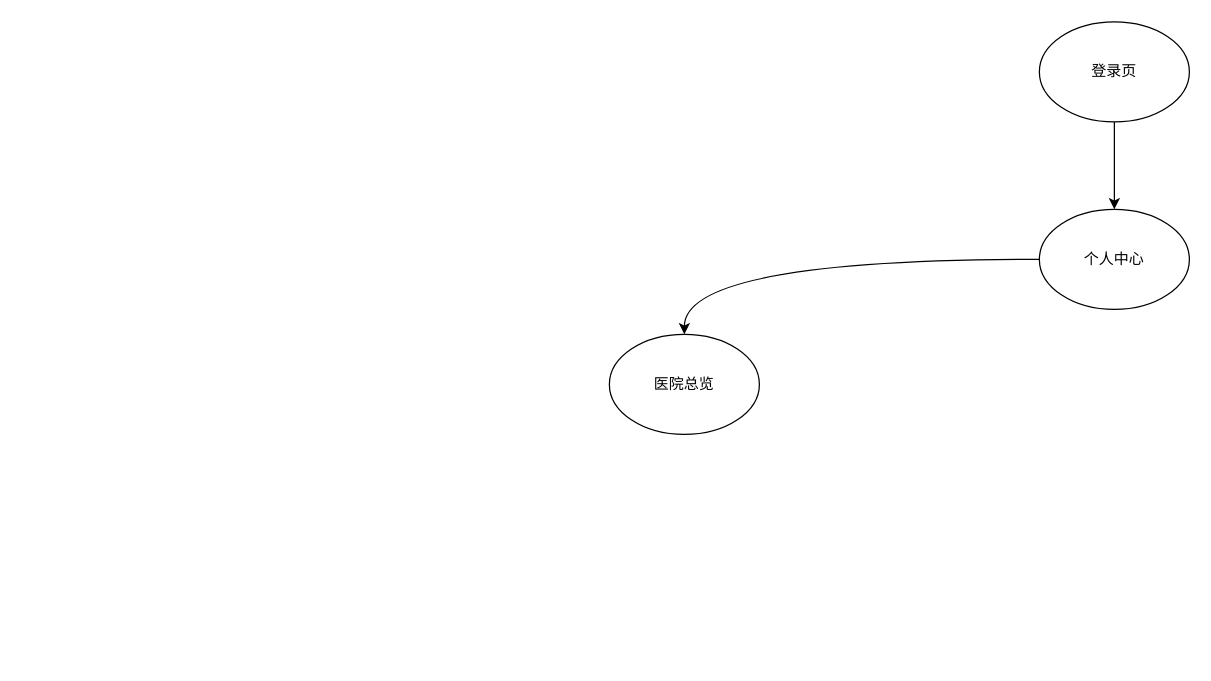
This is 未命名绘图.drawio from linround/2022, a draw.io file, before an edit. Source tidied: cells renumbered, new cells numbered last; positions are measured from the earlier drawing's top-left corner, leaving out a move shared by most shapes. Both pictures are drawn from the tidied source at 125%, with x=0, y=0 at pixel (609, 21).
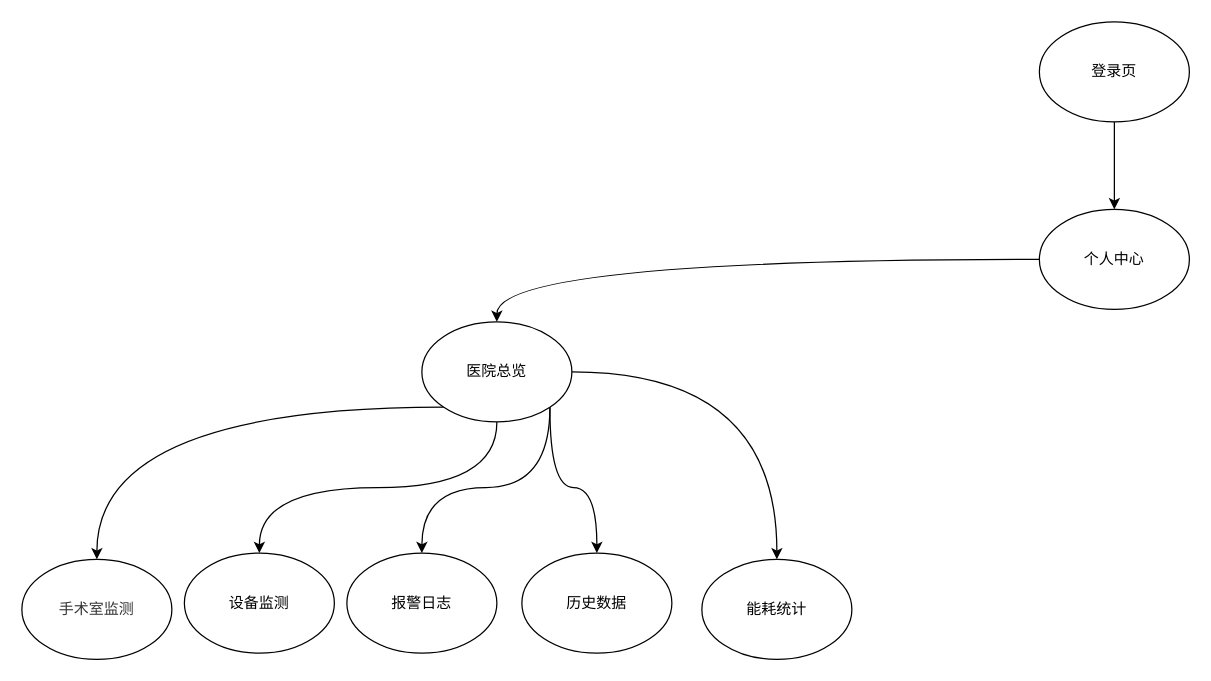
Above is the later version.

Commit message (it also covers changes not shown here):
更新未命名绘图.drawio

The edit, as a diff of the source:
```diff
@@
 <mxGraphModel>
   <root>
     <mxCell id="0" />
     <mxCell id="1" parent="0" />
     <mxCell id="2" style="edgeStyle=orthogonalEdgeStyle;curved=1;rounded=0;jettySize=auto;html=1;exitX=0.5;exitY=1;exitDx=0;exitDy=0;" parent="1" edge="1" source="3" target="5">
       <mxGeometry relative="1" as="geometry" />
     </mxCell>
     <mxCell id="3" value="登录页" style="ellipse;whiteSpace=wrap;html=1;" parent="1" vertex="1">
       <mxGeometry x="344" width="120" height="80" as="geometry" />
     </mxCell>
     <mxCell id="4" style="edgeStyle=orthogonalEdgeStyle;curved=1;rounded=0;jettySize=auto;html=1;exitX=0;exitY=0.5;exitDx=0;exitDy=0;entryX=0.5;entryY=0;entryDx=0;entryDy=0;" parent="1" edge="1" source="5" target="6">
       <mxGeometry relative="1" as="geometry" />
     </mxCell>
     <mxCell id="5" value="个人中心" style="ellipse;whiteSpace=wrap;html=1;" parent="1" vertex="1">
       <mxGeometry x="344" y="150" width="120" height="80" as="geometry" />
     </mxCell>
+    <mxCell id="7" style="edgeStyle=orthogonalEdgeStyle;curved=1;rounded=0;jettySize=auto;html=1;exitX=0;exitY=1;exitDx=0;exitDy=0;" parent="1" edge="1" source="6" target="16">
+      <mxGeometry relative="1" as="geometry" />
+    </mxCell>
+    <mxCell id="8" style="edgeStyle=orthogonalEdgeStyle;curved=1;rounded=0;jettySize=auto;html=1;exitX=0.5;exitY=1;exitDx=0;exitDy=0;" parent="1" edge="1" source="6" target="12">
+      <mxGeometry relative="1" as="geometry" />
+    </mxCell>
+    <mxCell id="9" style="edgeStyle=orthogonalEdgeStyle;curved=1;rounded=0;jettySize=auto;html=1;exitX=1;exitY=1;exitDx=0;exitDy=0;entryX=0.5;entryY=0;entryDx=0;entryDy=0;" parent="1" edge="1" source="6" target="13">
+      <mxGeometry relative="1" as="geometry" />
+    </mxCell>
+    <mxCell id="10" style="edgeStyle=orthogonalEdgeStyle;curved=1;rounded=0;jettySize=auto;html=1;exitX=1;exitY=1;exitDx=0;exitDy=0;" parent="1" edge="1" source="6" target="14">
+      <mxGeometry relative="1" as="geometry" />
+    </mxCell>
+    <mxCell id="11" style="edgeStyle=orthogonalEdgeStyle;curved=1;rounded=0;jettySize=auto;html=1;exitX=1;exitY=0.5;exitDx=0;exitDy=0;" parent="1" edge="1" source="6" target="15">
+      <mxGeometry relative="1" as="geometry" />
+    </mxCell>
     <mxCell id="6" value="医院总览" style="ellipse;whiteSpace=wrap;html=1;" parent="1" vertex="1">
-      <mxGeometry y="250" width="120" height="80" as="geometry" />
+      <mxGeometry x="-150" y="240" width="120" height="80" as="geometry" />
     </mxCell>
+    <mxCell id="12" value="设备监测" style="ellipse;whiteSpace=wrap;html=1;" parent="1" vertex="1">
+      <mxGeometry x="-340" y="425" width="120" height="80" as="geometry" />
+    </mxCell>
+    <mxCell id="13" value="报警日志" style="ellipse;whiteSpace=wrap;html=1;" parent="1" vertex="1">
+      <mxGeometry x="-210" y="425" width="120" height="80" as="geometry" />
+    </mxCell>
+    <mxCell id="14" value="历史数据" style="ellipse;whiteSpace=wrap;html=1;" parent="1" vertex="1">
+      <mxGeometry x="-70" y="425" width="120" height="80" as="geometry" />
+    </mxCell>
+    <mxCell id="15" value="能耗统计" style="ellipse;whiteSpace=wrap;html=1;" parent="1" vertex="1">
+      <mxGeometry x="74" y="430" width="120" height="80" as="geometry" />
+    </mxCell>
+    <mxCell id="16" value="&lt;span style=&quot;color: rgb(51, 51, 51); font-family: &amp;quot;Arial Normal&amp;quot;, Arial, sans-serif; text-align: left; text-wrap: nowrap;&quot;&gt;手术室监测&lt;/span&gt;" style="ellipse;whiteSpace=wrap;html=1;" parent="1" vertex="1">
+      <mxGeometry x="-470" y="430" width="120" height="80" as="geometry" />
+    </mxCell>
   </root>
 </mxGraphModel>
```
